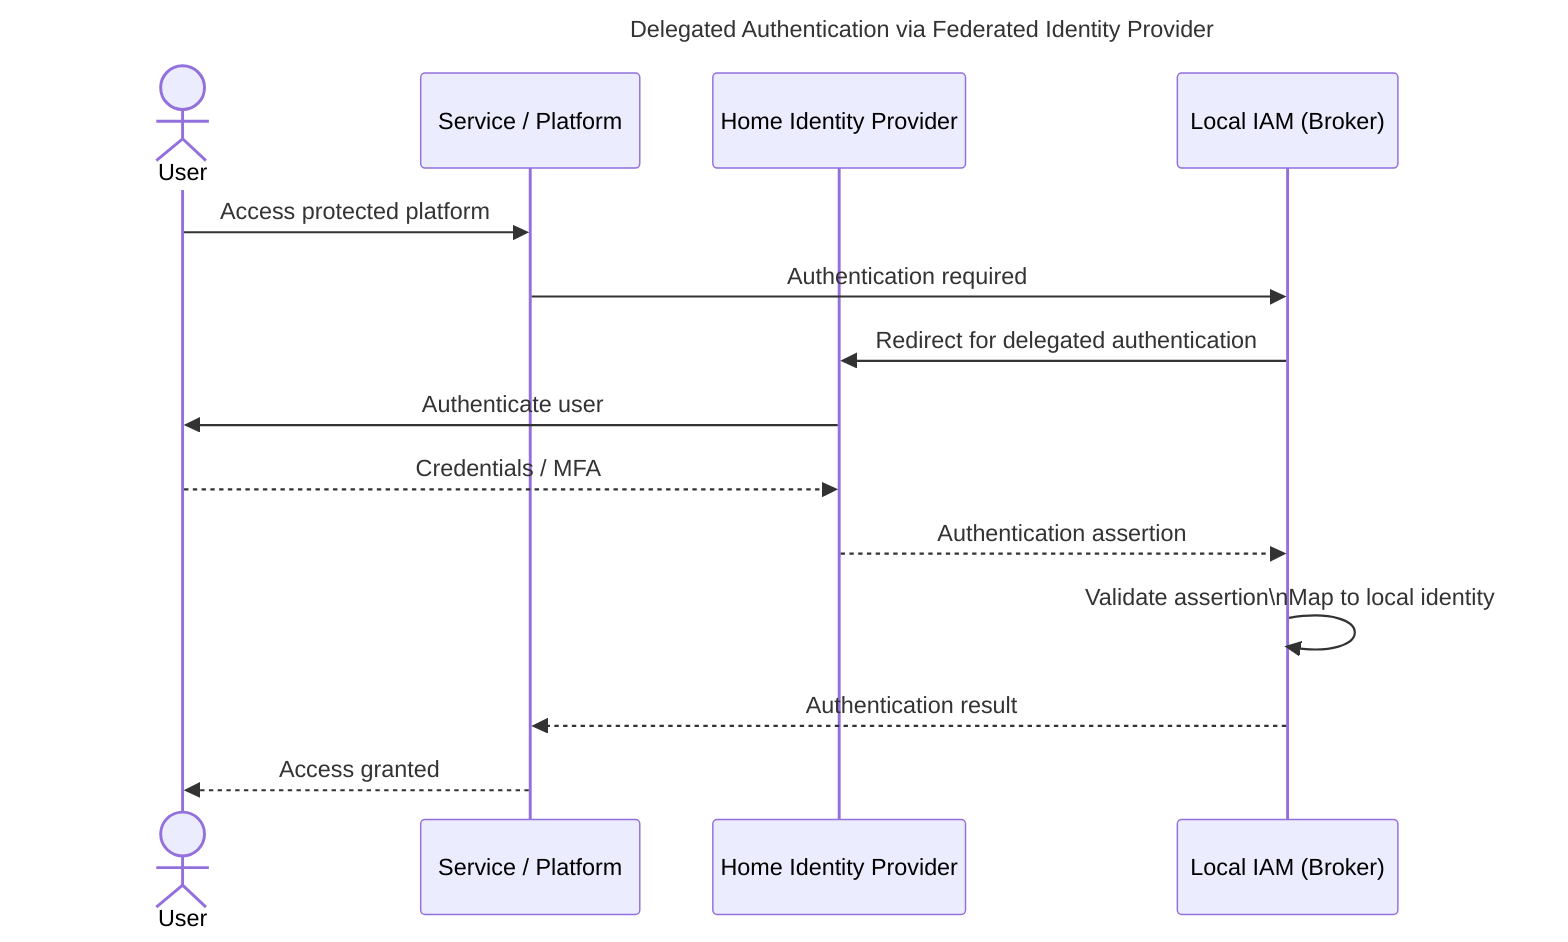
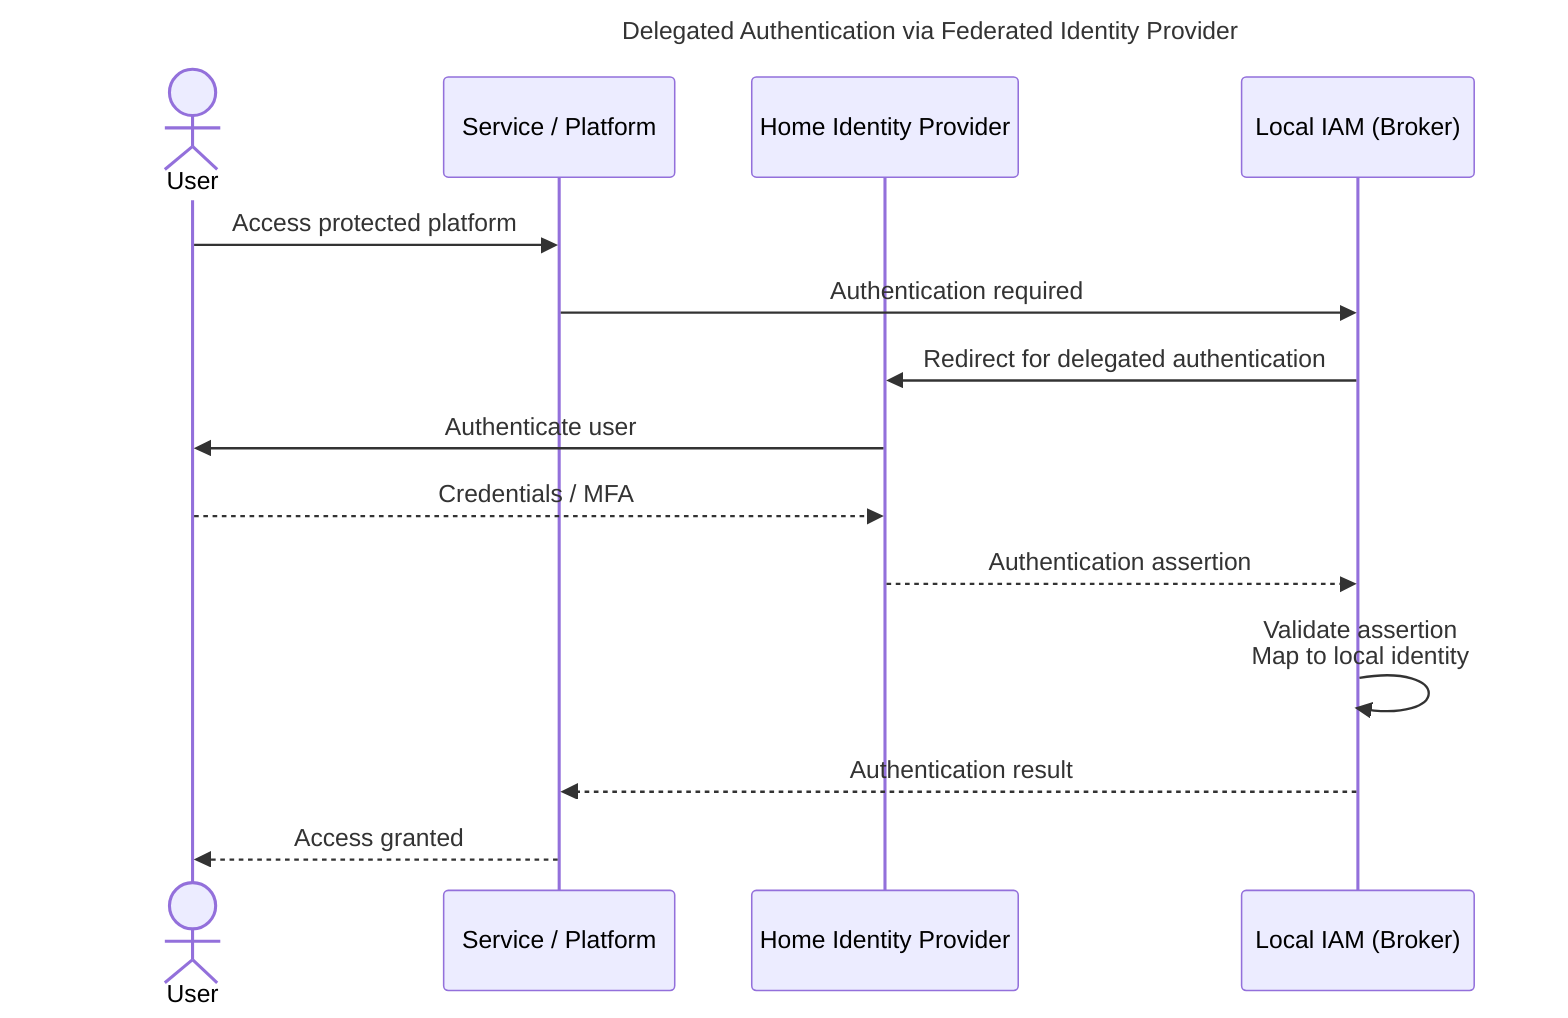

sequenceDiagram
    title Delegated Authentication via Federated Identity Provider

    actor User
    participant SP as Service / Platform
    participant HomeIdP as Home Identity Provider
    participant IAM as Local IAM (Broker)

    User->>SP: Access protected platform
    SP->>IAM: Authentication required

    IAM->>HomeIdP: Redirect for delegated authentication
    HomeIdP->>User: Authenticate user

    User-->>HomeIdP: Credentials / MFA
    HomeIdP-->>IAM: Authentication assertion

-     IAM->>IAM: Validate assertion\nMap to local identity
+     IAM->>IAM: Validate assertion<br>Map to local identity
    IAM-->>SP: Authentication result

    SP-->>User: Access granted
